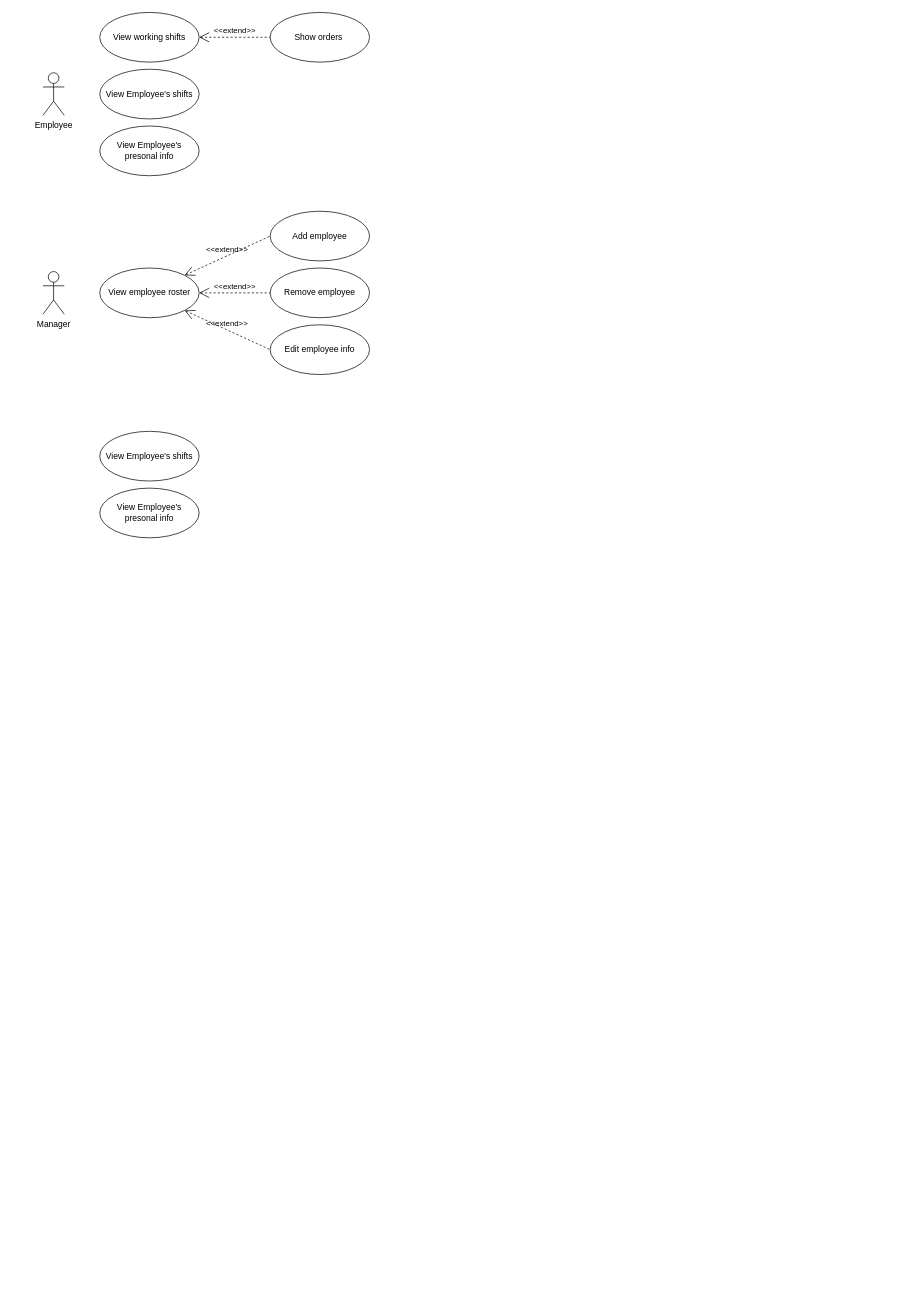
The draw.io diagram usecase_2.0.drawio in ArturSultanov/ids-proj, before the edit. Source tidied: cells renumbered, new cells numbered last; positions are measured from the earlier drawing's top-left corner, leaving out a move shared by most shapes. Both pictures are drawn from the tidied source at 71%, with x=0, y=0 at pixel (43, 12).
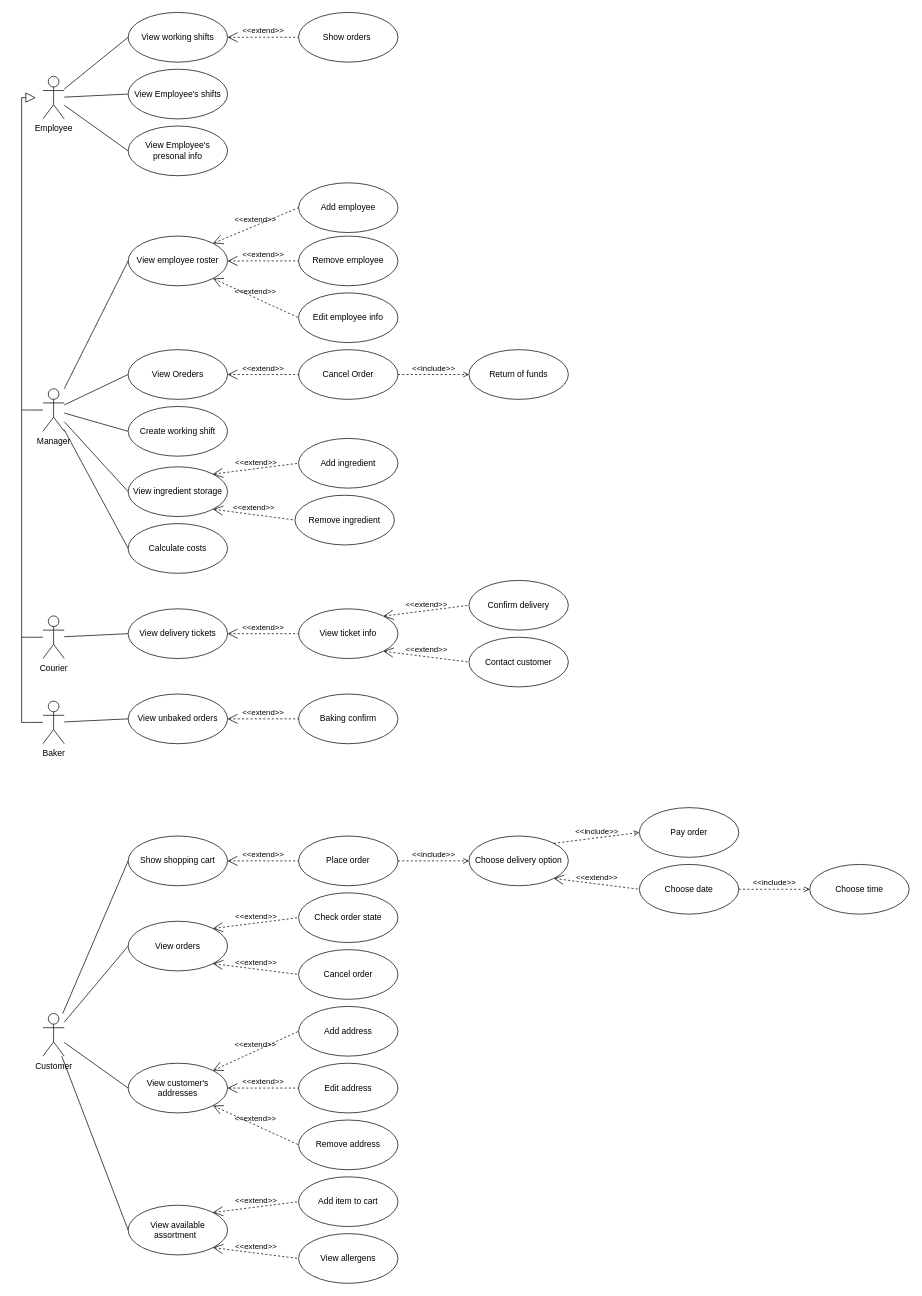
The same page after the edit.

Diff of the diagram source:
```diff
@@
     <mxCell id="2" value="Employee" style="shape=umlActor;verticalLabelPosition=bottom;verticalAlign=top;html=1;outlineConnect=0;strokeColor=default;" parent="1" vertex="1">
-      <mxGeometry y="85" width="30" height="60" as="geometry" />
+      <mxGeometry y="90" width="30" height="60" as="geometry" />
     </mxCell>
     <mxCell id="3" value="View working shifts" style="ellipse;whiteSpace=wrap;html=1;" parent="1" vertex="1">
-      <mxGeometry x="80" width="140" height="70" as="geometry" />
+      <mxGeometry x="120" width="140" height="70" as="geometry" />
     </mxCell>
+    <mxCell id="18" style="rounded=0;jettySize=auto;html=1;exitX=0;exitY=0.5;exitDx=0;exitDy=0;endArrow=none;endFill=0;" parent="1" edge="1" source="4" target="2">
+      <mxGeometry relative="1" as="geometry" />
+    </mxCell>
     <mxCell id="4" value="View Employee's shifts" style="ellipse;whiteSpace=wrap;html=1;" parent="1" vertex="1">
-      <mxGeometry x="80" y="80" width="140" height="70" as="geometry" />
+      <mxGeometry x="120" y="80" width="140" height="70" as="geometry" />
     </mxCell>
     <mxCell id="5" value="Show orders&amp;nbsp;" style="ellipse;whiteSpace=wrap;html=1;" parent="1" vertex="1">
-      <mxGeometry x="320" width="140" height="70" as="geometry" />
+      <mxGeometry x="360" width="140" height="70" as="geometry" />
     </mxCell>
@@
+    <mxCell id="19" style="rounded=0;jettySize=auto;html=1;exitX=0;exitY=0.5;exitDx=0;exitDy=0;endArrow=none;endFill=0;" parent="1" edge="1" source="7" target="2">
+      <mxGeometry relative="1" as="geometry" />
+    </mxCell>
     <mxCell id="7" value="View Employee's presonal info" style="ellipse;whiteSpace=wrap;html=1;" parent="1" vertex="1">
-      <mxGeometry x="80" y="160" width="140" height="70" as="geometry" />
+      <mxGeometry x="120" y="160" width="140" height="70" as="geometry" />
     </mxCell>
+    <mxCell id="20" style="edgeStyle=orthogonalEdgeStyle;rounded=0;jettySize=auto;html=1;endArrow=none;endFill=0;" parent="1" edge="1" source="8">
+      <mxGeometry relative="1" as="geometry">
+        <mxPoint x="-30" y="560" as="targetPoint" />
+      </mxGeometry>
+    </mxCell>
     <mxCell id="8" value="Manager" style="shape=umlActor;verticalLabelPosition=bottom;verticalAlign=top;html=1;outlineConnect=0;strokeColor=default;" parent="1" vertex="1">
-      <mxGeometry y="365" width="30" height="60" as="geometry" />
+      <mxGeometry y="530" width="30" height="60" as="geometry" />
     </mxCell>
     <mxCell id="9" value="View employee roster" style="ellipse;whiteSpace=wrap;html=1;" parent="1" vertex="1">
-      <mxGeometry x="80" y="360" width="140" height="70" as="geometry" />
+      <mxGeometry x="120" y="315" width="140" height="70" as="geometry" />
     </mxCell>
+    <mxCell id="21" style="rounded=0;jettySize=auto;html=1;exitX=0;exitY=0.5;exitDx=0;exitDy=0;endArrow=none;endFill=0;" parent="1" edge="1" source="10" target="8">
+      <mxGeometry relative="1" as="geometry" />
+    </mxCell>
-    <mxCell id="10" value="View Employee's shifts" style="ellipse;whiteSpace=wrap;html=1;" parent="1" vertex="1">
-      <mxGeometry x="80" y="590" width="140" height="70" as="geometry" />
+    <mxCell id="10" value="View Oreders" style="ellipse;whiteSpace=wrap;html=1;" parent="1" vertex="1">
+      <mxGeometry x="120" y="475" width="140" height="70" as="geometry" />
     </mxCell>
     <mxCell id="11" value="Add employee" style="ellipse;whiteSpace=wrap;html=1;" parent="1" vertex="1">
-      <mxGeometry x="320" y="280" width="140" height="70" as="geometry" />
+      <mxGeometry x="360" y="240" width="140" height="70" as="geometry" />
     </mxCell>
@@
-    <mxCell id="13" value="View Employee's presonal info" style="ellipse;whiteSpace=wrap;html=1;" parent="1" vertex="1">
-      <mxGeometry x="80" y="670" width="140" height="70" as="geometry" />
-    </mxCell>
     <mxCell id="14" value="Remove employee" style="ellipse;whiteSpace=wrap;html=1;" parent="1" vertex="1">
-      <mxGeometry x="320" y="360" width="140" height="70" as="geometry" />
+      <mxGeometry x="360" y="315" width="140" height="70" as="geometry" />
     </mxCell>
     <mxCell id="15" value="Edit employee info" style="ellipse;whiteSpace=wrap;html=1;" parent="1" vertex="1">
-      <mxGeometry x="320" y="440" width="140" height="70" as="geometry" />
+      <mxGeometry x="360" y="395" width="140" height="70" as="geometry" />
     </mxCell>
@@
+    <mxCell id="22" value="Cancel Order" style="ellipse;whiteSpace=wrap;html=1;" parent="1" vertex="1">
+      <mxGeometry x="360" y="475" width="140" height="70" as="geometry" />
+    </mxCell>
+    <mxCell id="23" value="Return of funds" style="ellipse;whiteSpace=wrap;html=1;" parent="1" vertex="1">
+      <mxGeometry x="600" y="475" width="140" height="70" as="geometry" />
+    </mxCell>
+    <mxCell id="24" value="&amp;lt;&amp;lt;include&amp;gt;&amp;gt;" style="edgeStyle=none;html=1;endArrow=open;verticalAlign=bottom;dashed=1;labelBackgroundColor=none;rounded=0;exitX=1;exitY=0.5;exitDx=0;exitDy=0;entryX=0;entryY=0.5;entryDx=0;entryDy=0;" parent="1" edge="1" source="22" target="23">
+      <mxGeometry relative="1" as="geometry" />
+    </mxCell>
+    <mxCell id="25" value="&amp;lt;&amp;lt;extend&amp;gt;&amp;gt;" style="edgeStyle=none;html=1;startArrow=open;endArrow=none;startSize=12;verticalAlign=bottom;dashed=1;labelBackgroundColor=none;rounded=0;exitX=1;exitY=0.5;exitDx=0;exitDy=0;entryX=0;entryY=0.5;entryDx=0;entryDy=0;" parent="1" edge="1" source="10" target="22">
+      <mxGeometry relative="1" as="geometry" />
+    </mxCell>
+    <mxCell id="26" style="rounded=0;jettySize=auto;html=1;exitX=0;exitY=0.5;exitDx=0;exitDy=0;endArrow=none;endFill=0;" parent="1" edge="1" source="27" target="8">
+      <mxGeometry relative="1" as="geometry" />
+    </mxCell>
+    <mxCell id="27" value="Create working shift" style="ellipse;whiteSpace=wrap;html=1;" parent="1" vertex="1">
+      <mxGeometry x="120" y="555" width="140" height="70" as="geometry" />
+    </mxCell>
+    <mxCell id="28" style="rounded=0;jettySize=auto;html=1;exitX=0;exitY=0.5;exitDx=0;exitDy=0;endArrow=none;endFill=0;" parent="1" edge="1" source="29" target="8">
+      <mxGeometry relative="1" as="geometry" />
+    </mxCell>
+    <mxCell id="29" value="Calculate&amp;nbsp;costs" style="ellipse;whiteSpace=wrap;html=1;" parent="1" vertex="1">
+      <mxGeometry x="120" y="720" width="140" height="70" as="geometry" />
+    </mxCell>
+    <mxCell id="30" style="rounded=0;jettySize=auto;html=1;exitX=0;exitY=0.5;exitDx=0;exitDy=0;endArrow=none;endFill=0;" parent="1" edge="1" source="31" target="8">
+      <mxGeometry relative="1" as="geometry" />
+    </mxCell>
+    <mxCell id="31" value="View&amp;nbsp;ingredient storage" style="ellipse;whiteSpace=wrap;html=1;" parent="1" vertex="1">
+      <mxGeometry x="120" y="640" width="140" height="70" as="geometry" />
+    </mxCell>
+    <mxCell id="32" value="Add ingredient" style="ellipse;whiteSpace=wrap;html=1;" parent="1" vertex="1">
+      <mxGeometry x="360" y="600" width="140" height="70" as="geometry" />
+    </mxCell>
+    <mxCell id="33" value="Remove ingredient" style="ellipse;whiteSpace=wrap;html=1;" parent="1" vertex="1">
+      <mxGeometry x="355" y="680" width="140" height="70" as="geometry" />
+    </mxCell>
+    <mxCell id="34" value="&amp;lt;&amp;lt;extend&amp;gt;&amp;gt;" style="edgeStyle=none;html=1;startArrow=open;endArrow=none;startSize=12;verticalAlign=bottom;dashed=1;labelBackgroundColor=none;rounded=0;exitX=1;exitY=1;exitDx=0;exitDy=0;entryX=0;entryY=0.5;entryDx=0;entryDy=0;" parent="1" edge="1" source="31" target="33">
+      <mxGeometry relative="1" as="geometry" />
+    </mxCell>
+    <mxCell id="35" value="&amp;lt;&amp;lt;extend&amp;gt;&amp;gt;" style="edgeStyle=none;html=1;startArrow=open;endArrow=none;startSize=12;verticalAlign=bottom;dashed=1;labelBackgroundColor=none;rounded=0;exitX=1;exitY=0;exitDx=0;exitDy=0;entryX=0;entryY=0.5;entryDx=0;entryDy=0;" parent="1" edge="1" source="31" target="32">
+      <mxGeometry relative="1" as="geometry" />
+    </mxCell>
+    <mxCell id="36" style="edgeStyle=orthogonalEdgeStyle;rounded=0;jettySize=auto;html=1;endArrow=none;endFill=0;" parent="1" edge="1" source="37">
+      <mxGeometry relative="1" as="geometry">
+        <mxPoint x="-30" y="880" as="targetPoint" />
+      </mxGeometry>
+    </mxCell>
+    <mxCell id="37" value="Courier" style="shape=umlActor;verticalLabelPosition=bottom;verticalAlign=top;html=1;outlineConnect=0;strokeColor=default;" parent="1" vertex="1">
+      <mxGeometry y="850" width="30" height="60" as="geometry" />
+    </mxCell>
+    <mxCell id="38" style="rounded=0;jettySize=auto;html=1;exitX=0;exitY=0.5;exitDx=0;exitDy=0;endArrow=none;endFill=0;" parent="1" edge="1" source="39" target="37">
+      <mxGeometry relative="1" as="geometry" />
+    </mxCell>
+    <mxCell id="39" value="View delivery tickets" style="ellipse;whiteSpace=wrap;html=1;" parent="1" vertex="1">
+      <mxGeometry x="120" y="840" width="140" height="70" as="geometry" />
+    </mxCell>
+    <mxCell id="40" value="View ticket info" style="ellipse;whiteSpace=wrap;html=1;" parent="1" vertex="1">
+      <mxGeometry x="360" y="840" width="140" height="70" as="geometry" />
+    </mxCell>
+    <mxCell id="41" value="&amp;lt;&amp;lt;extend&amp;gt;&amp;gt;" style="edgeStyle=none;html=1;startArrow=open;endArrow=none;startSize=12;verticalAlign=bottom;dashed=1;labelBackgroundColor=none;rounded=0;exitX=1;exitY=0.5;exitDx=0;exitDy=0;entryX=0;entryY=0.5;entryDx=0;entryDy=0;" parent="1" edge="1" source="39" target="40">
+      <mxGeometry relative="1" as="geometry" />
+    </mxCell>
+    <mxCell id="42" value="Confirm delivery" style="ellipse;whiteSpace=wrap;html=1;" parent="1" vertex="1">
+      <mxGeometry x="600" y="800" width="140" height="70" as="geometry" />
+    </mxCell>
+    <mxCell id="43" value="Contact customer" style="ellipse;whiteSpace=wrap;html=1;" parent="1" vertex="1">
+      <mxGeometry x="600" y="880" width="140" height="70" as="geometry" />
+    </mxCell>
+    <mxCell id="44" value="&amp;lt;&amp;lt;extend&amp;gt;&amp;gt;" style="edgeStyle=none;html=1;startArrow=open;endArrow=none;startSize=12;verticalAlign=bottom;dashed=1;labelBackgroundColor=none;rounded=0;exitX=1;exitY=0;exitDx=0;exitDy=0;entryX=0;entryY=0.5;entryDx=0;entryDy=0;" parent="1" edge="1" source="40" target="42">
+      <mxGeometry relative="1" as="geometry" />
+    </mxCell>
+    <mxCell id="45" value="&amp;lt;&amp;lt;extend&amp;gt;&amp;gt;" style="edgeStyle=none;html=1;startArrow=open;endArrow=none;startSize=12;verticalAlign=bottom;dashed=1;labelBackgroundColor=none;rounded=0;exitX=1;exitY=1;exitDx=0;exitDy=0;entryX=0;entryY=0.5;entryDx=0;entryDy=0;" parent="1" edge="1" source="40" target="43">
+      <mxGeometry relative="1" as="geometry" />
+    </mxCell>
+    <mxCell id="46" style="edgeStyle=orthogonalEdgeStyle;rounded=0;jettySize=auto;html=1;endArrow=none;endFill=0;" parent="1" edge="1" source="47">
+      <mxGeometry relative="1" as="geometry">
+        <mxPoint x="-30" y="1000" as="targetPoint" />
+      </mxGeometry>
+    </mxCell>
+    <mxCell id="47" value="Baker" style="shape=umlActor;verticalLabelPosition=bottom;verticalAlign=top;html=1;outlineConnect=0;strokeColor=default;" parent="1" vertex="1">
+      <mxGeometry y="970" width="30" height="60" as="geometry" />
+    </mxCell>
+    <mxCell id="48" style="rounded=0;jettySize=auto;html=1;exitX=0;exitY=0.5;exitDx=0;exitDy=0;endArrow=none;endFill=0;" parent="1" edge="1" source="49" target="47">
+      <mxGeometry relative="1" as="geometry" />
+    </mxCell>
+    <mxCell id="49" value="View unbaked orders" style="ellipse;whiteSpace=wrap;html=1;" parent="1" vertex="1">
+      <mxGeometry x="120" y="960" width="140" height="70" as="geometry" />
+    </mxCell>
+    <mxCell id="50" value="Baking confirm" style="ellipse;whiteSpace=wrap;html=1;" parent="1" vertex="1">
+      <mxGeometry x="360" y="960" width="140" height="70" as="geometry" />
+    </mxCell>
+    <mxCell id="51" value="&amp;lt;&amp;lt;extend&amp;gt;&amp;gt;" style="edgeStyle=none;html=1;startArrow=open;endArrow=none;startSize=12;verticalAlign=bottom;dashed=1;labelBackgroundColor=none;rounded=0;exitX=1;exitY=0.5;exitDx=0;exitDy=0;entryX=0;entryY=0.5;entryDx=0;entryDy=0;" parent="1" edge="1" source="49" target="50">
+      <mxGeometry relative="1" as="geometry" />
+    </mxCell>
+    <mxCell id="52" value="Customer" style="shape=umlActor;html=1;verticalLabelPosition=bottom;verticalAlign=top;align=center;" parent="1" vertex="1">
+      <mxGeometry y="1410" width="30" height="60" as="geometry" />
+    </mxCell>
+    <mxCell id="53" style="rounded=0;jettySize=auto;html=1;exitX=0;exitY=0.5;exitDx=0;exitDy=0;endArrow=none;endFill=0;" parent="1" edge="1" source="54" target="52">
+      <mxGeometry relative="1" as="geometry" />
+    </mxCell>
+    <mxCell id="54" value="Show shopping cart" style="ellipse;whiteSpace=wrap;html=1;" parent="1" vertex="1">
+      <mxGeometry x="120" y="1160" width="140" height="70" as="geometry" />
+    </mxCell>
+    <mxCell id="55" value="&amp;lt;&amp;lt;extend&amp;gt;&amp;gt;" style="edgeStyle=none;html=1;startArrow=open;endArrow=none;startSize=12;verticalAlign=bottom;dashed=1;labelBackgroundColor=none;rounded=0;exitX=1;exitY=0.5;exitDx=0;exitDy=0;entryX=0;entryY=0.5;entryDx=0;entryDy=0;" parent="1" edge="1" source="54" target="56">
+      <mxGeometry relative="1" as="geometry" />
+    </mxCell>
+    <mxCell id="56" value="Place order" style="ellipse;whiteSpace=wrap;html=1;" parent="1" vertex="1">
+      <mxGeometry x="360" y="1160" width="140" height="70" as="geometry" />
+    </mxCell>
+    <mxCell id="57" value="Choose delivery option" style="ellipse;whiteSpace=wrap;html=1;" parent="1" vertex="1">
+      <mxGeometry x="600" y="1160" width="140" height="70" as="geometry" />
+    </mxCell>
+    <mxCell id="58" value="Pay order" style="ellipse;whiteSpace=wrap;html=1;" parent="1" vertex="1">
+      <mxGeometry x="840" y="1120" width="140" height="70" as="geometry" />
+    </mxCell>
+    <mxCell id="59" value="Choose date" style="ellipse;whiteSpace=wrap;html=1;" parent="1" vertex="1">
+      <mxGeometry x="840" y="1200" width="140" height="70" as="geometry" />
+    </mxCell>
+    <mxCell id="60" value="Choose time" style="ellipse;whiteSpace=wrap;html=1;" parent="1" vertex="1">
+      <mxGeometry x="1080" y="1200" width="140" height="70" as="geometry" />
+    </mxCell>
+    <mxCell id="61" value="&amp;lt;&amp;lt;include&amp;gt;&amp;gt;" style="edgeStyle=none;html=1;endArrow=open;verticalAlign=bottom;dashed=1;labelBackgroundColor=none;rounded=0;exitX=1;exitY=0.5;exitDx=0;exitDy=0;entryX=0;entryY=0.5;entryDx=0;entryDy=0;" parent="1" edge="1" source="56" target="57">
+      <mxGeometry relative="1" as="geometry" />
+    </mxCell>
+    <mxCell id="62" value="&amp;lt;&amp;lt;include&amp;gt;&amp;gt;" style="edgeStyle=none;html=1;endArrow=open;verticalAlign=bottom;dashed=1;labelBackgroundColor=none;rounded=0;exitX=1;exitY=0;exitDx=0;exitDy=0;entryX=0;entryY=0.5;entryDx=0;entryDy=0;" parent="1" edge="1" source="57" target="58">
+      <mxGeometry relative="1" as="geometry" />
+    </mxCell>
+    <mxCell id="63" value="&amp;lt;&amp;lt;include&amp;gt;&amp;gt;" style="edgeStyle=none;html=1;endArrow=open;verticalAlign=bottom;dashed=1;labelBackgroundColor=none;rounded=0;exitX=1;exitY=0.5;exitDx=0;exitDy=0;entryX=0;entryY=0.5;entryDx=0;entryDy=0;" parent="1" edge="1" source="59" target="60">
+      <mxGeometry relative="1" as="geometry" />
+    </mxCell>
+    <mxCell id="64" value="&amp;lt;&amp;lt;extend&amp;gt;&amp;gt;" style="edgeStyle=none;html=1;startArrow=open;endArrow=none;startSize=12;verticalAlign=bottom;dashed=1;labelBackgroundColor=none;rounded=0;exitX=1;exitY=1;exitDx=0;exitDy=0;entryX=0;entryY=0.5;entryDx=0;entryDy=0;" parent="1" edge="1" source="57" target="59">
+      <mxGeometry relative="1" as="geometry" />
+    </mxCell>
+    <mxCell id="65" style="rounded=0;jettySize=auto;html=1;exitX=0;exitY=0.5;exitDx=0;exitDy=0;endArrow=none;endFill=0;" parent="1" edge="1" source="66" target="52">
+      <mxGeometry relative="1" as="geometry" />
+    </mxCell>
+    <mxCell id="66" value="View orders" style="ellipse;whiteSpace=wrap;html=1;" parent="1" vertex="1">
+      <mxGeometry x="120" y="1280" width="140" height="70" as="geometry" />
+    </mxCell>
+    <mxCell id="67" value="Check order state" style="ellipse;whiteSpace=wrap;html=1;" parent="1" vertex="1">
+      <mxGeometry x="360" y="1240" width="140" height="70" as="geometry" />
+    </mxCell>
+    <mxCell id="68" value="Cancel order" style="ellipse;whiteSpace=wrap;html=1;" parent="1" vertex="1">
+      <mxGeometry x="360" y="1320" width="140" height="70" as="geometry" />
+    </mxCell>
+    <mxCell id="69" value="&amp;lt;&amp;lt;extend&amp;gt;&amp;gt;" style="edgeStyle=none;html=1;startArrow=open;endArrow=none;startSize=12;verticalAlign=bottom;dashed=1;labelBackgroundColor=none;rounded=0;exitX=1;exitY=0;exitDx=0;exitDy=0;entryX=0;entryY=0.5;entryDx=0;entryDy=0;" parent="1" edge="1" source="66" target="67">
+      <mxGeometry relative="1" as="geometry" />
+    </mxCell>
+    <mxCell id="70" value="&amp;lt;&amp;lt;extend&amp;gt;&amp;gt;" style="edgeStyle=none;html=1;startArrow=open;endArrow=none;startSize=12;verticalAlign=bottom;dashed=1;labelBackgroundColor=none;rounded=0;exitX=1;exitY=1;exitDx=0;exitDy=0;entryX=0;entryY=0.5;entryDx=0;entryDy=0;" parent="1" edge="1" source="66" target="68">
+      <mxGeometry relative="1" as="geometry" />
+    </mxCell>
+    <mxCell id="71" style="rounded=0;jettySize=auto;html=1;exitX=0;exitY=0.5;exitDx=0;exitDy=0;endArrow=none;endFill=0;" parent="1" edge="1" source="72" target="52">
+      <mxGeometry relative="1" as="geometry" />
+    </mxCell>
+    <mxCell id="72" value="View customer's addresses" style="ellipse;whiteSpace=wrap;html=1;" parent="1" vertex="1">
+      <mxGeometry x="120" y="1480" width="140" height="70" as="geometry" />
+    </mxCell>
+    <mxCell id="73" value="Add address" style="ellipse;whiteSpace=wrap;html=1;" parent="1" vertex="1">
+      <mxGeometry x="360" y="1400" width="140" height="70" as="geometry" />
+    </mxCell>
+    <mxCell id="74" value="Remove address" style="ellipse;whiteSpace=wrap;html=1;" parent="1" vertex="1">
+      <mxGeometry x="360" y="1560" width="140" height="70" as="geometry" />
+    </mxCell>
+    <mxCell id="75" value="&amp;lt;&amp;lt;extend&amp;gt;&amp;gt;" style="edgeStyle=none;html=1;startArrow=open;endArrow=none;startSize=12;verticalAlign=bottom;dashed=1;labelBackgroundColor=none;rounded=0;exitX=1;exitY=0;exitDx=0;exitDy=0;entryX=0;entryY=0.5;entryDx=0;entryDy=0;" parent="1" edge="1" source="72" target="73">
+      <mxGeometry relative="1" as="geometry" />
+    </mxCell>
+    <mxCell id="76" value="&amp;lt;&amp;lt;extend&amp;gt;&amp;gt;" style="edgeStyle=none;html=1;startArrow=open;endArrow=none;startSize=12;verticalAlign=bottom;dashed=1;labelBackgroundColor=none;rounded=0;exitX=1;exitY=1;exitDx=0;exitDy=0;entryX=0;entryY=0.5;entryDx=0;entryDy=0;" parent="1" edge="1" source="72" target="74">
+      <mxGeometry relative="1" as="geometry" />
+    </mxCell>
+    <mxCell id="77" value="Edit address" style="ellipse;whiteSpace=wrap;html=1;" parent="1" vertex="1">
+      <mxGeometry x="360" y="1480" width="140" height="70" as="geometry" />
+    </mxCell>
+    <mxCell id="78" value="&amp;lt;&amp;lt;extend&amp;gt;&amp;gt;" style="edgeStyle=none;html=1;startArrow=open;endArrow=none;startSize=12;verticalAlign=bottom;dashed=1;labelBackgroundColor=none;rounded=0;exitX=1;exitY=0.5;exitDx=0;exitDy=0;entryX=0;entryY=0.5;entryDx=0;entryDy=0;" parent="1" edge="1" source="72" target="77">
+      <mxGeometry relative="1" as="geometry" />
+    </mxCell>
+    <mxCell id="79" style="rounded=0;jettySize=auto;html=1;exitX=0;exitY=0.5;exitDx=0;exitDy=0;endArrow=none;endFill=0;" parent="1" edge="1" source="80" target="52">
+      <mxGeometry relative="1" as="geometry" />
+    </mxCell>
+    <mxCell id="80" value="View available assortment&amp;nbsp;&amp;nbsp;" style="ellipse;whiteSpace=wrap;html=1;" parent="1" vertex="1">
+      <mxGeometry x="120" y="1680" width="140" height="70" as="geometry" />
+    </mxCell>
+    <mxCell id="81" value="View allergens" style="ellipse;whiteSpace=wrap;html=1;" parent="1" vertex="1">
+      <mxGeometry x="360" y="1720" width="140" height="70" as="geometry" />
+    </mxCell>
+    <mxCell id="82" value="&amp;lt;&amp;lt;extend&amp;gt;&amp;gt;" style="edgeStyle=none;html=1;startArrow=open;endArrow=none;startSize=12;verticalAlign=bottom;dashed=1;labelBackgroundColor=none;rounded=0;exitX=1;exitY=0;exitDx=0;exitDy=0;entryX=0;entryY=0.5;entryDx=0;entryDy=0;" parent="1" edge="1" source="80" target="83">
+      <mxGeometry relative="1" as="geometry" />
+    </mxCell>
+    <mxCell id="83" value="Add item to cart" style="ellipse;whiteSpace=wrap;html=1;" parent="1" vertex="1">
+      <mxGeometry x="360" y="1640" width="140" height="70" as="geometry" />
+    </mxCell>
+    <mxCell id="84" value="&amp;lt;&amp;lt;extend&amp;gt;&amp;gt;" style="edgeStyle=none;html=1;startArrow=open;endArrow=none;startSize=12;verticalAlign=bottom;dashed=1;labelBackgroundColor=none;rounded=0;entryX=0;entryY=0.5;entryDx=0;entryDy=0;exitX=1;exitY=1;exitDx=0;exitDy=0;" parent="1" edge="1" source="80" target="81">
+      <mxGeometry relative="1" as="geometry" />
+    </mxCell>
+    <mxCell id="85" style="edgeStyle=none;html=1;endArrow=block;endFill=0;endSize=12;verticalAlign=bottom;rounded=0;" parent="1" edge="1">
+      <mxGeometry relative="1" as="geometry">
+        <mxPoint x="-30" y="1000" as="sourcePoint" />
+        <mxPoint x="-10" y="120" as="targetPoint" />
+        <Array as="points">
+          <mxPoint x="-30" y="120" />
+        </Array>
+      </mxGeometry>
+    </mxCell>
+    <mxCell id="86" style="edgeStyle=none;html=1;endArrow=none;verticalAlign=bottom;rounded=0;entryX=0;entryY=0.5;entryDx=0;entryDy=0;" parent="1" edge="1" source="2" target="3">
+      <mxGeometry relative="1" as="geometry" />
+    </mxCell>
+    <mxCell id="87" style="edgeStyle=none;html=1;endArrow=none;verticalAlign=bottom;rounded=0;entryX=0;entryY=0.5;entryDx=0;entryDy=0;" parent="1" edge="1" source="8" target="9">
+      <mxGeometry relative="1" as="geometry" />
+    </mxCell>
```
